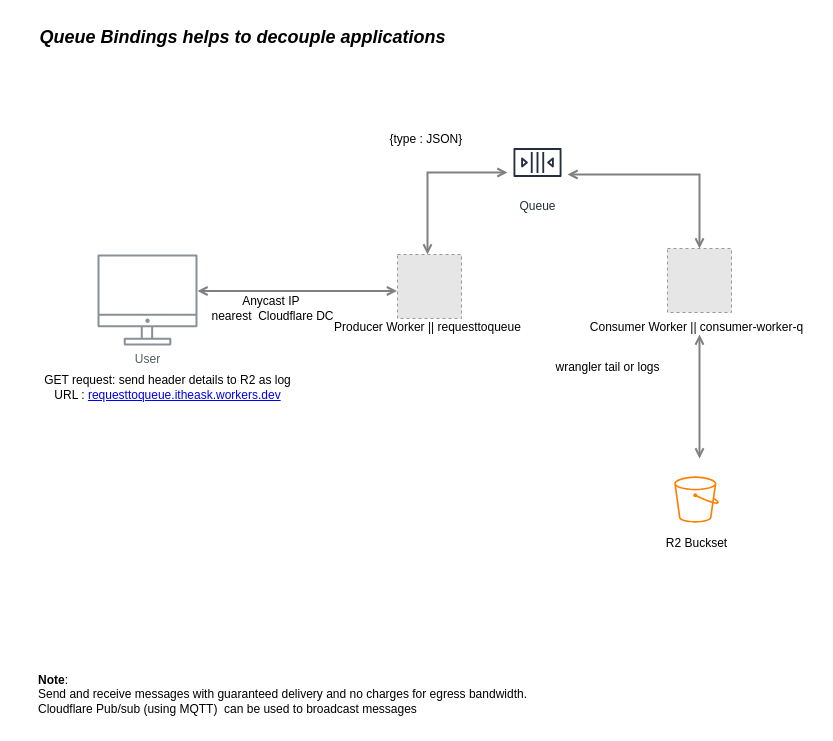
The draw.io diagram Queue Diagram.drawio in iamask/flowchart, before the edit. Source tidied: cells renumbered, new cells numbered last; positions are measured from the earlier drawing's top-left corner, leaving out a move shared by most shapes. Both pictures are drawn from the tidied source at 100%, with x=0, y=0 at pixel (27, 17). Pictures stored in the file or linked from it are replaced by grey dashed boxes.
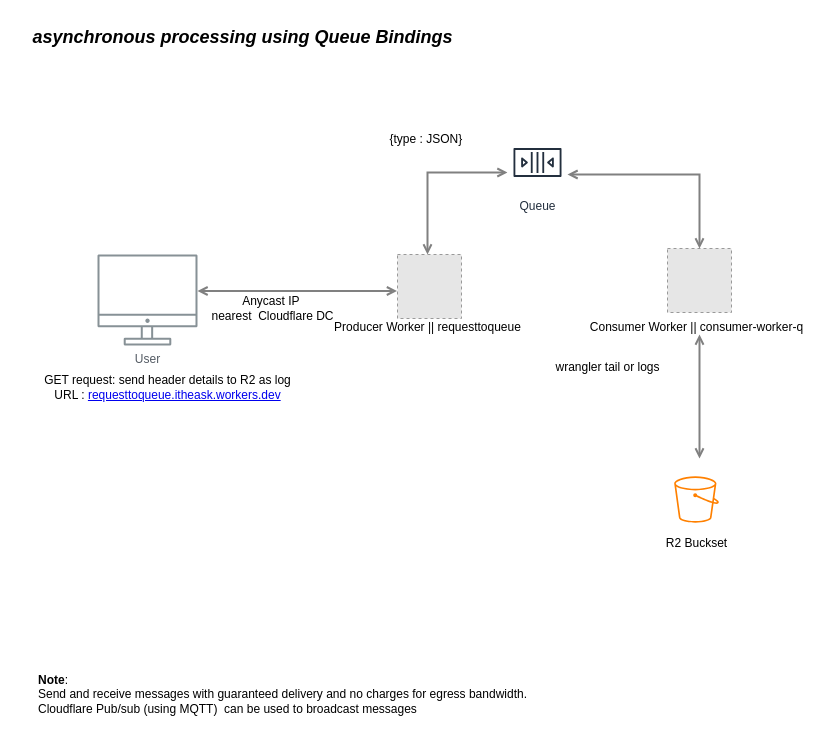
The same diagram, later.

Change to the diagram source:
```diff
@@
-    <mxCell id="15" value="&lt;b&gt;&lt;i&gt;&lt;font style=&quot;font-size: 18px;&quot;&gt;Queue Bindings helps to decouple applications&lt;/font&gt;&lt;/i&gt;&lt;/b&gt;" style="text;html=1;align=center;verticalAlign=middle;strokeColor=none;fillColor=none;" parent="1" vertex="1">
-      <mxGeometry width="430" height="40" as="geometry" />
+    <mxCell id="15" value="&lt;i style=&quot;&quot;&gt;&lt;font style=&quot;font-size: 18px;&quot;&gt;&lt;b&gt;&amp;nbsp;asynchronous processing using Queue Bindings&amp;nbsp;&lt;/b&gt;&lt;/font&gt;&lt;/i&gt;" style="text;html=1;align=center;verticalAlign=middle;strokeColor=none;fillColor=none;" parent="1" vertex="1">
+      <mxGeometry x="-10" width="450" height="40" as="geometry" />
     </mxCell>
```
